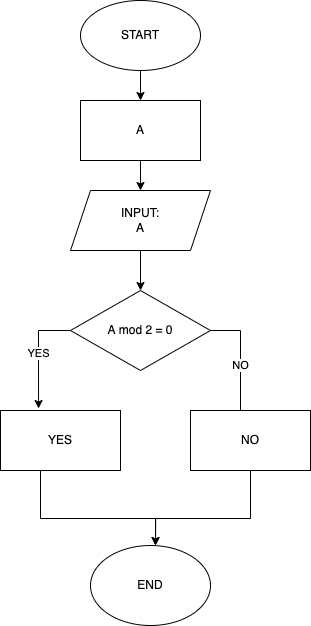
Earlier version of the draw.io export TASK003_S_1/diagram.drawio.png (MarinaArtemyeva/Home_Work_C_Seminar_1). Source tidied: cells renumbered, new cells last; positions are measured from the earlier drawing's top-left corner, leaving out a move shared by most shapes. The source it was exported from:
```xml
<mxGraphModel>
  <root>
    <mxCell id="0" />
    <mxCell id="1" parent="0" />
    <mxCell id="2" style="edgeStyle=orthogonalEdgeStyle;rounded=0;jettySize=auto;html=1;" parent="1" edge="1" source="3" target="5">
      <mxGeometry relative="1" as="geometry" />
    </mxCell>
    <mxCell id="3" value="START" style="ellipse;whiteSpace=wrap;html=1;" parent="1" vertex="1">
      <mxGeometry x="80" width="120" height="70" as="geometry" />
    </mxCell>
    <mxCell id="4" style="edgeStyle=orthogonalEdgeStyle;rounded=0;jettySize=auto;html=1;entryX=0.5;entryY=0;entryDx=0;entryDy=0;" parent="1" edge="1" source="5" target="7">
      <mxGeometry relative="1" as="geometry" />
    </mxCell>
    <mxCell id="5" value="A" style="whiteSpace=wrap;html=1;" parent="1" vertex="1">
      <mxGeometry x="80" y="100" width="120" height="60" as="geometry" />
    </mxCell>
    <mxCell id="6" style="edgeStyle=orthogonalEdgeStyle;rounded=0;jettySize=auto;html=1;" parent="1" edge="1" source="7" target="10">
      <mxGeometry relative="1" as="geometry" />
    </mxCell>
    <mxCell id="7" value="INPUT:&lt;br&gt;A" style="shape=parallelogram;perimeter=parallelogramPerimeter;whiteSpace=wrap;html=1;fixedSize=1;" parent="1" vertex="1">
      <mxGeometry x="70" y="190" width="140" height="60" as="geometry" />
    </mxCell>
    <mxCell id="8" value="YES" style="edgeStyle=orthogonalEdgeStyle;rounded=0;jettySize=auto;html=1;entryX=0.317;entryY=-0.033;entryDx=0;entryDy=0;entryPerimeter=0;" parent="1" edge="1" source="10" target="12">
      <mxGeometry relative="1" as="geometry">
        <Array as="points">
          <mxPoint x="38" y="330" />
        </Array>
      </mxGeometry>
    </mxCell>
    <mxCell id="9" value="NO" style="edgeStyle=orthogonalEdgeStyle;rounded=0;jettySize=auto;html=1;" parent="1" edge="1" source="10">
      <mxGeometry relative="1" as="geometry">
        <mxPoint x="240" y="430" as="targetPoint" />
        <Array as="points">
          <mxPoint x="240" y="330" />
        </Array>
      </mxGeometry>
    </mxCell>
    <mxCell id="10" value="A mod 2 = 0" style="rhombus;whiteSpace=wrap;html=1;" parent="1" vertex="1">
      <mxGeometry x="70" y="290" width="140" height="80" as="geometry" />
    </mxCell>
    <mxCell id="11" style="edgeStyle=orthogonalEdgeStyle;rounded=0;jettySize=auto;html=1;entryX=0.5;entryY=0;entryDx=0;entryDy=0;" parent="1" edge="1" source="12">
      <mxGeometry relative="1" as="geometry">
        <mxPoint x="155" y="545" as="targetPoint" />
        <Array as="points">
          <mxPoint x="40" y="518" />
          <mxPoint x="155" y="518" />
        </Array>
      </mxGeometry>
    </mxCell>
    <mxCell id="12" value="YES" style="rounded=0;whiteSpace=wrap;html=1;" parent="1" vertex="1">
      <mxGeometry y="410" width="120" height="60" as="geometry" />
    </mxCell>
    <mxCell id="13" style="edgeStyle=orthogonalEdgeStyle;rounded=0;jettySize=auto;html=1;entryX=0.5;entryY=0;entryDx=0;entryDy=0;" parent="1" edge="1" source="14">
      <mxGeometry relative="1" as="geometry">
        <mxPoint x="155" y="545" as="targetPoint" />
        <Array as="points">
          <mxPoint x="250" y="518" />
          <mxPoint x="155" y="518" />
        </Array>
      </mxGeometry>
    </mxCell>
    <mxCell id="14" value="NO" style="rounded=0;whiteSpace=wrap;html=1;" parent="1" vertex="1">
      <mxGeometry x="190" y="410" width="120" height="60" as="geometry" />
    </mxCell>
    <mxCell id="15" value="END" style="ellipse;whiteSpace=wrap;html=1;" parent="1" vertex="1">
      <mxGeometry x="90" y="545" width="120" height="80" as="geometry" />
    </mxCell>
  </root>
</mxGraphModel>
```
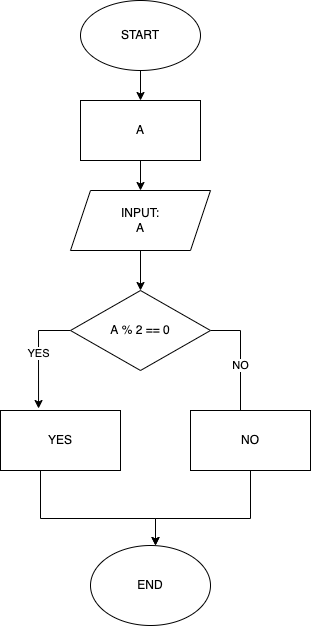
After the change.

Commit message:
Correct diagram TASK003_S_1

The edit, as a diff of the source:
```diff
@@ -35,7 +35,7 @@
         </Array>
       </mxGeometry>
     </mxCell>
-    <mxCell id="10" value="A mod 2 = 0" style="rhombus;whiteSpace=wrap;html=1;" parent="1" vertex="1">
+    <mxCell id="10" value="A % 2 == 0" style="rhombus;whiteSpace=wrap;html=1;" parent="1" vertex="1">
       <mxGeometry x="70" y="290" width="140" height="80" as="geometry" />
     </mxCell>
     <mxCell id="11" style="edgeStyle=orthogonalEdgeStyle;rounded=0;jettySize=auto;html=1;entryX=0.5;entryY=0;entryDx=0;entryDy=0;" parent="1" edge="1" source="12">
```
